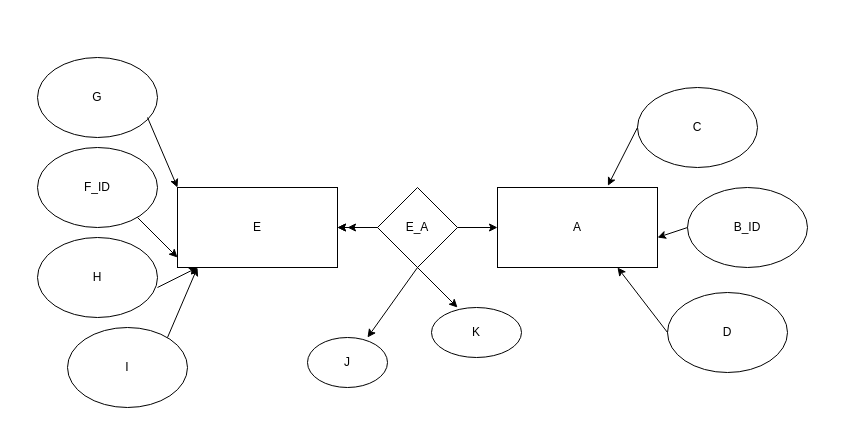
tenull/U00WXY_DBPract- keeps this draw.io diagram as U00WXY_0228/U00WXY_3.drawio. Above is the earlier version. Source tidied: cells renumbered, new cells numbered last; positions are measured from the earlier drawing's top-left corner, leaving out a move shared by most shapes. Both pictures are drawn from the tidied source at 100%, with x=0, y=0 at pixel (37, 57).
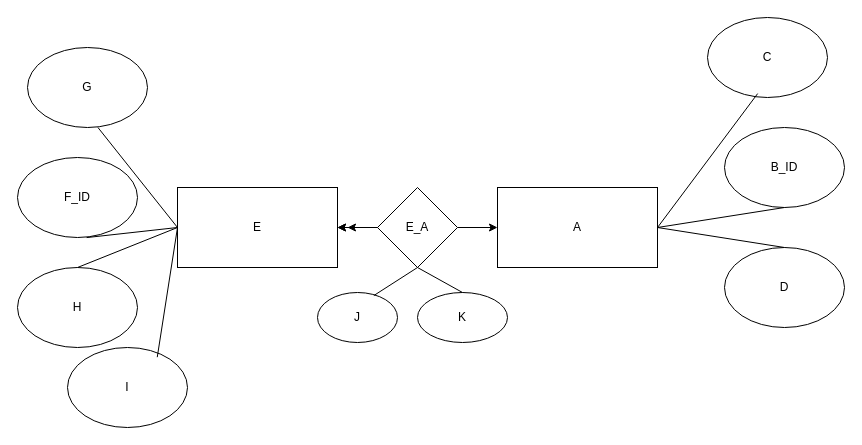
Above is the later version.

The change refers to these unchanged cells:
```xml
<mxCell id="2" value="E" style="rounded=0;whiteSpace=wrap;html=1;" parent="1" vertex="1">
  <mxGeometry x="140" y="130" width="160" height="80" as="geometry" />
</mxCell>
<mxCell id="7" value="A" style="rounded=0;whiteSpace=wrap;html=1;" parent="1" vertex="1">
  <mxGeometry x="460" y="130" width="160" height="80" as="geometry" />
</mxCell>
```

The edit, as a diff of the source:
```diff
@@
     <mxCell id="9" value="J" style="ellipse;whiteSpace=wrap;html=1;" parent="1" vertex="1">
-      <mxGeometry x="270" y="280" width="80" height="50" as="geometry" />
+      <mxGeometry x="280" y="235" width="80" height="50" as="geometry" />
     </mxCell>
-    <mxCell id="10" style="endArrow=classic;html=1;rounded=0;" parent="1" edge="1">
-      <mxGeometry relative="1" as="geometry">
-        <mxPoint x="380" y="210" as="sourcePoint" />
-        <mxPoint x="330" y="280" as="targetPoint" />
-      </mxGeometry>
-    </mxCell>
-    <mxCell id="11" style="endArrow=classic;html=1;rounded=0;" parent="1" edge="1">
-      <mxGeometry relative="1" as="geometry">
-        <mxPoint x="380" y="210" as="sourcePoint" />
-        <mxPoint x="420" y="250" as="targetPoint" />
-      </mxGeometry>
-    </mxCell>
     <mxCell id="12" value="K" style="ellipse;whiteSpace=wrap;html=1;" parent="1" vertex="1">
-      <mxGeometry x="394" y="250" width="90" height="50" as="geometry" />
+      <mxGeometry x="380" y="235" width="90" height="50" as="geometry" />
     </mxCell>
     <mxCell id="13" value="C" style="ellipse;whiteSpace=wrap;html=1;" parent="1" vertex="1">
-      <mxGeometry x="600" y="30" width="120" height="80" as="geometry" />
+      <mxGeometry x="670" y="-40" width="120" height="80" as="geometry" />
     </mxCell>
     <mxCell id="14" value="B_ID" style="ellipse;whiteSpace=wrap;html=1;" parent="1" vertex="1">
-      <mxGeometry x="650" y="130" width="120" height="80" as="geometry" />
+      <mxGeometry x="687" y="70" width="120" height="80" as="geometry" />
     </mxCell>
     <mxCell id="15" value="D" style="ellipse;whiteSpace=wrap;html=1;" parent="1" vertex="1">
-      <mxGeometry x="630" y="235" width="120" height="80" as="geometry" />
+      <mxGeometry x="687" y="190" width="120" height="80" as="geometry" />
     </mxCell>
     <mxCell id="16" value="G" style="ellipse;whiteSpace=wrap;html=1;" parent="1" vertex="1">
-      <mxGeometry width="120" height="80" as="geometry" />
+      <mxGeometry x="-10" y="-10" width="120" height="80" as="geometry" />
     </mxCell>
     <mxCell id="17" value="F_ID" style="ellipse;whiteSpace=wrap;html=1;" parent="1" vertex="1">
-      <mxGeometry y="90" width="120" height="80" as="geometry" />
+      <mxGeometry x="-20" y="100" width="120" height="80" as="geometry" />
     </mxCell>
     <mxCell id="18" value="H" style="ellipse;whiteSpace=wrap;html=1;" parent="1" vertex="1">
-      <mxGeometry y="180" width="120" height="80" as="geometry" />
+      <mxGeometry x="-20" y="210" width="120" height="80" as="geometry" />
     </mxCell>
     <mxCell id="19" value="I" style="ellipse;whiteSpace=wrap;html=1;" parent="1" vertex="1">
-      <mxGeometry x="30" y="270" width="120" height="80" as="geometry" />
+      <mxGeometry x="30" y="290" width="120" height="80" as="geometry" />
     </mxCell>
-    <mxCell id="20" style="endArrow=classic;html=1;rounded=0;entryX=0;entryY=0;entryDx=0;entryDy=0;" parent="1" edge="1" target="2">
-      <mxGeometry relative="1" as="geometry">
-        <mxPoint x="110" y="60" as="sourcePoint" />
-      </mxGeometry>
-    </mxCell>
-    <mxCell id="21" style="endArrow=classic;html=1;rounded=0;entryX=0;entryY=0;entryDx=0;entryDy=0;" parent="1" edge="1">
-      <mxGeometry relative="1" as="geometry">
-        <mxPoint x="100" y="160" as="sourcePoint" />
-        <mxPoint x="140" y="200" as="targetPoint" />
-      </mxGeometry>
-    </mxCell>
-    <mxCell id="22" style="endArrow=classic;html=1;rounded=0;" parent="1" edge="1">
-      <mxGeometry relative="1" as="geometry">
-        <mxPoint x="120" y="230" as="sourcePoint" />
-        <mxPoint x="160" y="210" as="targetPoint" />
-      </mxGeometry>
-    </mxCell>
-    <mxCell id="23" style="endArrow=classic;html=1;rounded=0;" parent="1" edge="1">
-      <mxGeometry relative="1" as="geometry">
-        <mxPoint x="130" y="280" as="sourcePoint" />
-        <mxPoint x="160" y="210" as="targetPoint" />
-      </mxGeometry>
-    </mxCell>
-    <mxCell id="24" style="endArrow=classic;html=1;rounded=0;entryX=0.69;entryY=-0.022;entryDx=0;entryDy=0;exitX=0;exitY=0.5;exitDx=0;exitDy=0;entryPerimeter=0;" parent="1" edge="1" source="13" target="7">
-      <mxGeometry relative="1" as="geometry" />
-    </mxCell>
-    <mxCell id="25" style="endArrow=classic;html=1;rounded=0;entryX=1;entryY=0.625;entryDx=0;entryDy=0;exitX=0;exitY=0.5;exitDx=0;exitDy=0;entryPerimeter=0;" parent="1" edge="1" target="7">
-      <mxGeometry relative="1" as="geometry">
-        <mxPoint x="650" y="170" as="sourcePoint" />
-      </mxGeometry>
-    </mxCell>
-    <mxCell id="26" style="endArrow=classic;html=1;rounded=0;entryX=0.75;entryY=1;entryDx=0;entryDy=0;exitX=0;exitY=0.5;exitDx=0;exitDy=0;" parent="1" edge="1" source="15" target="7">
-      <mxGeometry relative="1" as="geometry" />
-    </mxCell>
+    <mxCell id="27" style="endArrow=none;html=1;rounded=0;exitX=0.705;exitY=0.06;exitDx=0;exitDy=0;exitPerimeter=0;" parent="1" edge="1" source="9">
+      <mxGeometry relative="1" as="geometry">
+        <mxPoint x="380" y="210" as="targetPoint" />
+      </mxGeometry>
+    </mxCell>
+    <mxCell id="28" style="endArrow=none;html=1;rounded=0;exitX=0.5;exitY=0;exitDx=0;exitDy=0;" parent="1" edge="1" source="12">
+      <mxGeometry relative="1" as="geometry">
+        <mxPoint x="380" y="210" as="targetPoint" />
+      </mxGeometry>
+    </mxCell>
+    <mxCell id="29" style="endArrow=none;html=1;rounded=0;exitX=1;exitY=0.5;exitDx=0;exitDy=0;entryX=0.418;entryY=0.951;entryDx=0;entryDy=0;entryPerimeter=0;" parent="1" edge="1" source="7" target="13">
+      <mxGeometry relative="1" as="geometry" />
+    </mxCell>
+    <mxCell id="30" style="endArrow=none;html=1;rounded=0;exitX=1;exitY=0.5;exitDx=0;exitDy=0;entryX=0.5;entryY=1;entryDx=0;entryDy=0;" parent="1" edge="1" source="7" target="14">
+      <mxGeometry relative="1" as="geometry" />
+    </mxCell>
+    <mxCell id="31" style="endArrow=none;html=1;rounded=0;exitX=0.5;exitY=0;exitDx=0;exitDy=0;" parent="1" edge="1" source="15">
+      <mxGeometry relative="1" as="geometry">
+        <mxPoint x="620" y="170" as="targetPoint" />
+      </mxGeometry>
+    </mxCell>
+    <mxCell id="32" style="endArrow=none;html=1;rounded=0;exitX=0;exitY=0.5;exitDx=0;exitDy=0;entryX=0.587;entryY=1;entryDx=0;entryDy=0;entryPerimeter=0;" parent="1" edge="1" source="2" target="16">
+      <mxGeometry relative="1" as="geometry" />
+    </mxCell>
+    <mxCell id="33" style="endArrow=none;html=1;rounded=0;exitX=0.576;exitY=1.001;exitDx=0;exitDy=0;exitPerimeter=0;" parent="1" edge="1" source="17">
+      <mxGeometry relative="1" as="geometry">
+        <mxPoint x="140" y="170" as="targetPoint" />
+      </mxGeometry>
+    </mxCell>
+    <mxCell id="34" style="endArrow=none;html=1;rounded=0;exitX=0.5;exitY=0;exitDx=0;exitDy=0;entryX=0;entryY=0.5;entryDx=0;entryDy=0;" parent="1" edge="1" source="18" target="2">
+      <mxGeometry relative="1" as="geometry" />
+    </mxCell>
+    <mxCell id="35" style="endArrow=none;html=1;rounded=0;exitX=0.748;exitY=0.121;exitDx=0;exitDy=0;exitPerimeter=0;" parent="1" edge="1" source="19">
+      <mxGeometry relative="1" as="geometry">
+        <mxPoint x="140" y="170" as="targetPoint" />
+      </mxGeometry>
+    </mxCell>
```
